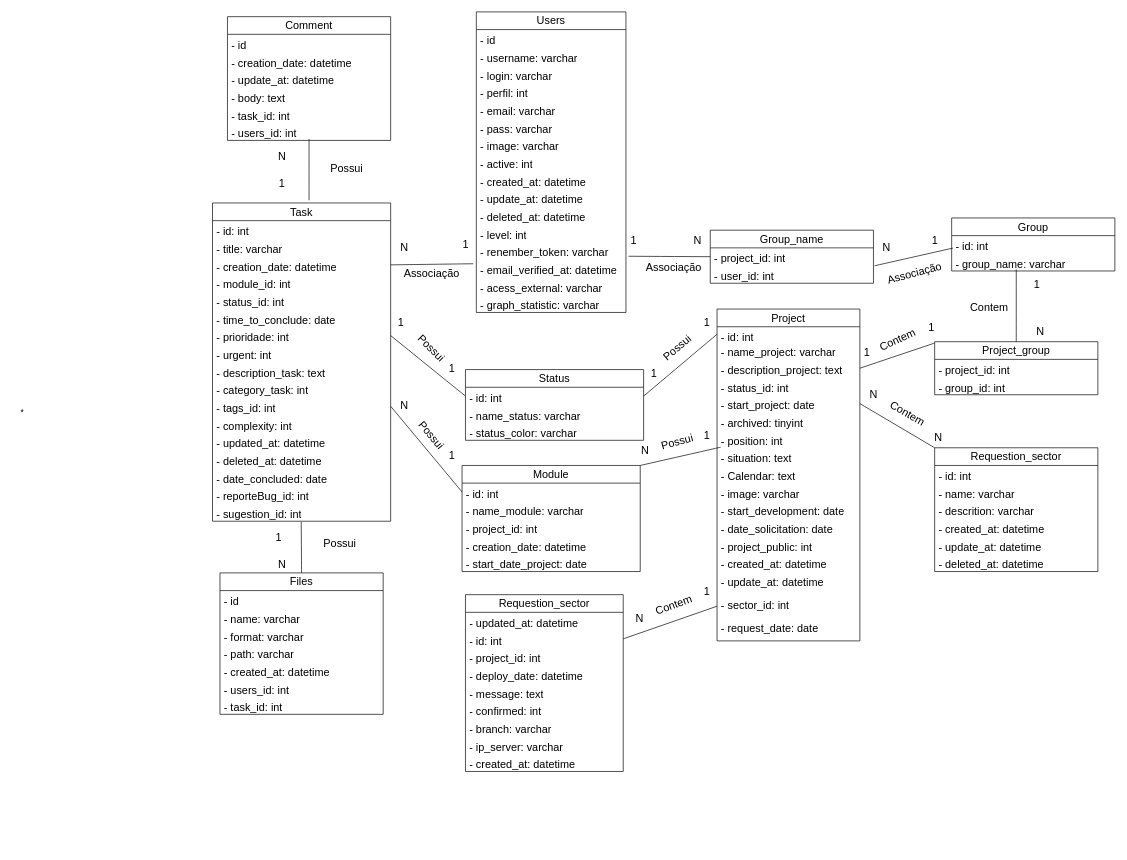
This is page "Página-1" (1 of 3) of interface.drawio from FlavioCandidoSilva/2020_1_POO, a draw.io file, before an edit. Source tidied: cells renumbered, new cells numbered last; positions are measured from the earlier drawing's top-left corner, leaving out a move shared by most shapes. Both pictures are drawn from the tidied source at 68%, with x=0, y=0 at pixel (12, 12).
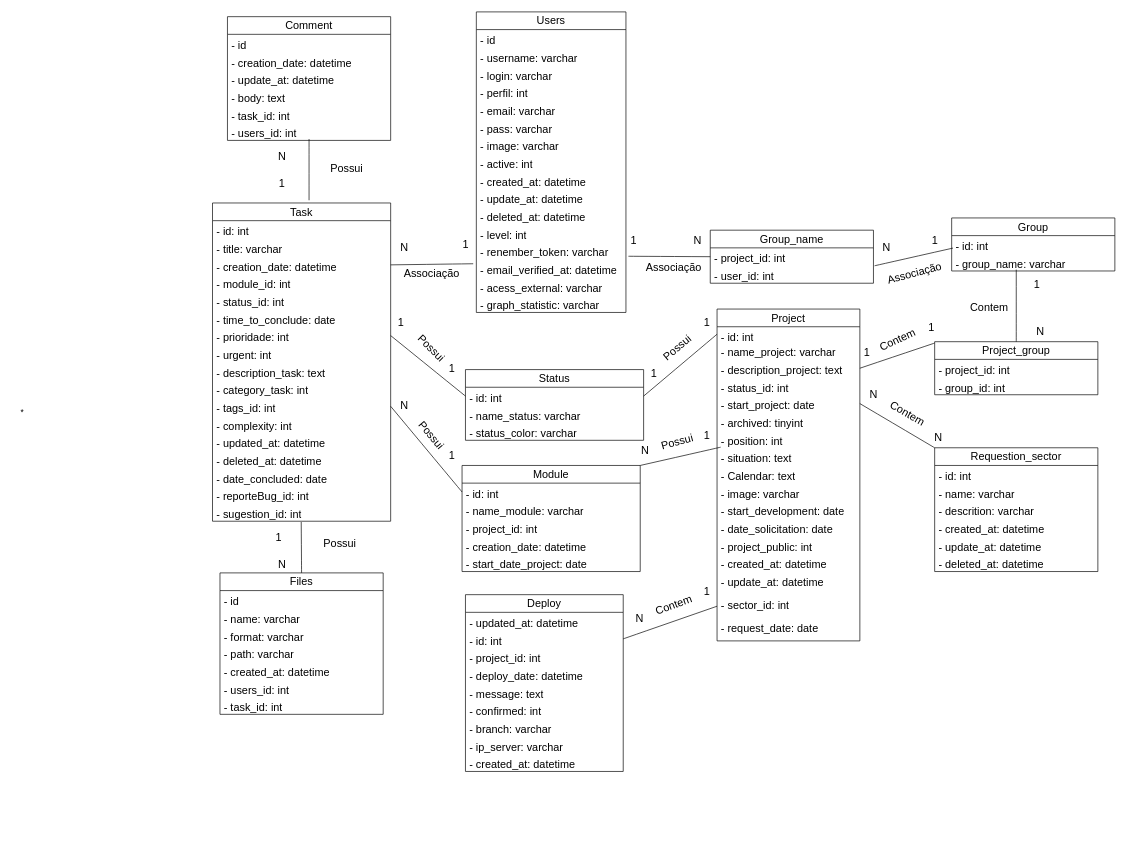
After the change.

What changed in the source:
```diff
@@
-    <mxCell id="138" value="Requestion_sector" style="swimlane;fontStyle=0;horizontal=1;startSize=26;fillColor=none;whiteSpace=wrap;html=1;fontSize=16;" parent="1" vertex="1">
+    <mxCell id="138" value="Deploy" style="swimlane;fontStyle=0;horizontal=1;startSize=26;fillColor=none;whiteSpace=wrap;html=1;fontSize=16;" parent="1" vertex="1">
       <mxGeometry x="667" y="857" width="232" height="260" as="geometry" />
     </mxCell>
```
